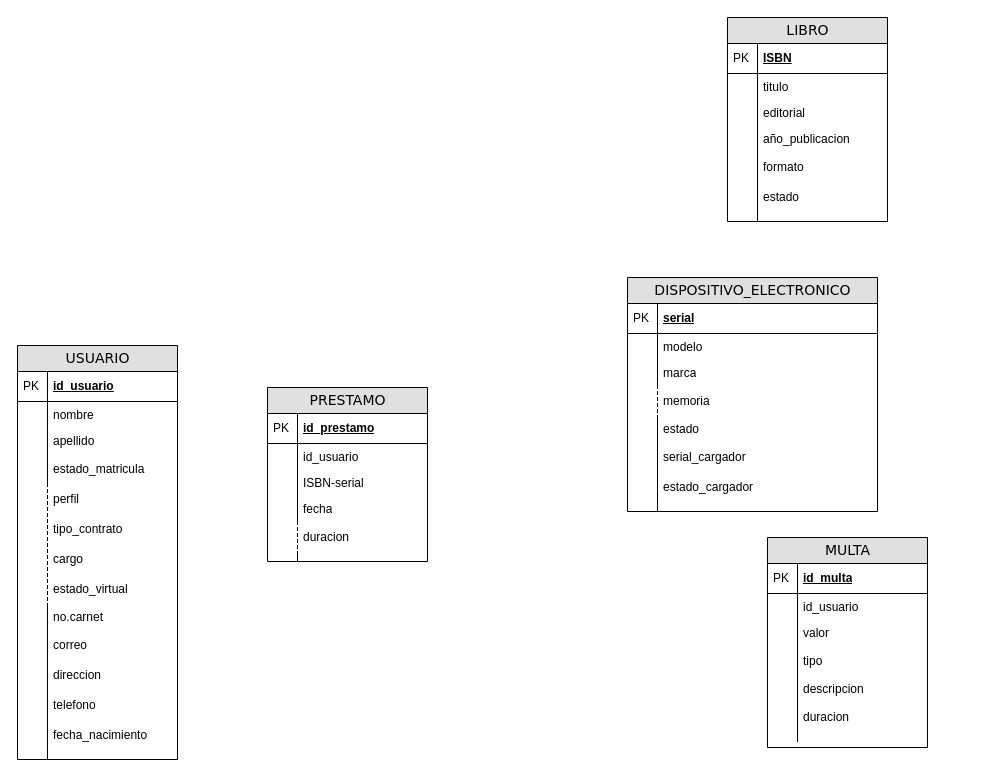
Above: university library management system.drawio in Djaiber/Database-Basis (draw.io), before the change. Source tidied: cells renumbered, new cells numbered last; positions are measured from the earlier drawing's top-left corner, leaving out a move shared by most shapes. Both pictures are drawn from the tidied source at 100%, with x=0, y=0 at pixel (17, 17).
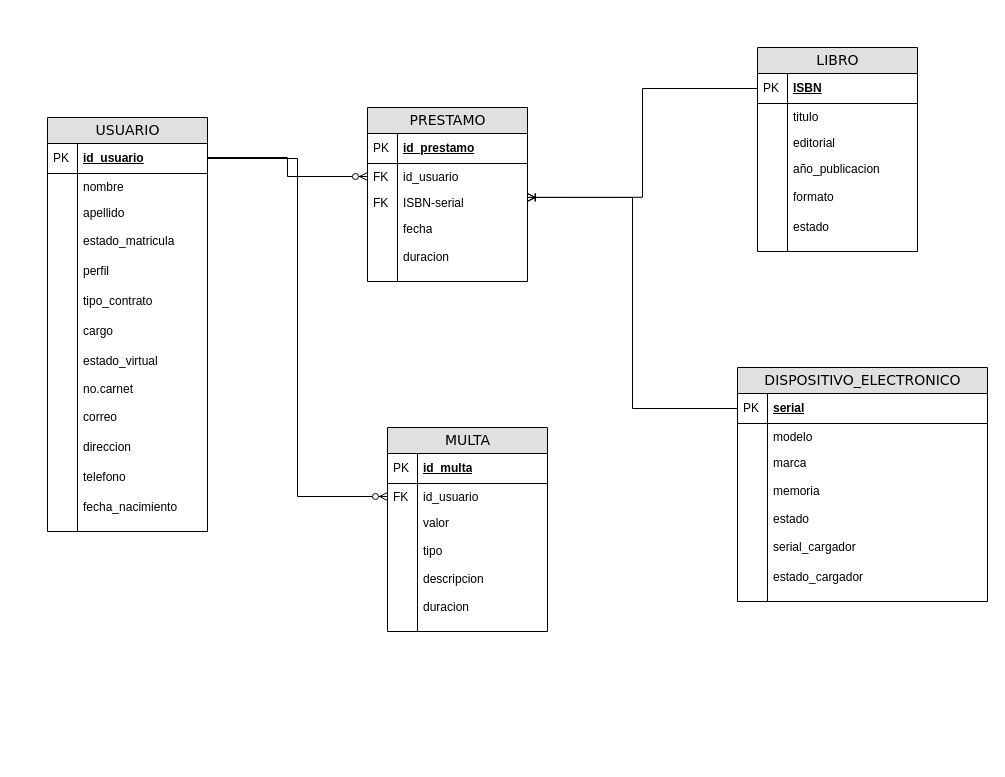
Above is the later version.

Unchanged cells that the change refers to:
```xml
<mxCell id="5" value="id_usuario" style="shape=partialRectangle;top=0;left=0;right=0;bottom=0;html=1;align=left;verticalAlign=top;fillColor=none;spacingLeft=34;spacingRight=4;whiteSpace=wrap;overflow=hidden;points=[[0,0.5],[1,0.5]];portConstraint=eastwest;" parent="2" vertex="1">
  <mxGeometry y="56" width="160" height="26" as="geometry" />
</mxCell>
<mxCell id="7" value="ISBN-serial" style="shape=partialRectangle;top=0;left=0;right=0;bottom=0;html=1;align=left;verticalAlign=top;fillColor=none;spacingLeft=34;spacingRight=4;whiteSpace=wrap;overflow=hidden;points=[[0,0.5],[1,0.5]];portConstraint=eastwest;" parent="2" vertex="1">
  <mxGeometry y="82" width="160" height="26" as="geometry" />
</mxCell>
<mxCell id="11" value="duracion" style="shape=partialRectangle;fillColor=none;align=left;verticalAlign=middle;strokeColor=none;spacingLeft=34;" parent="2" vertex="1">
  <mxGeometry y="134" width="160" height="30" as="geometry" />
</mxCell>
<mxCell id="16" value="ISBN" style="shape=partialRectangle;top=0;left=0;right=0;bottom=1;html=1;align=left;verticalAlign=middle;fillColor=none;spacingLeft=34;spacingRight=4;whiteSpace=wrap;overflow=hidden;points=[[0,0.5],[1,0.5]];portConstraint=eastwest;fontStyle=5;" parent="15" vertex="1">
  <mxGeometry y="26" width="160" height="30" as="geometry" />
</mxCell>
<mxCell id="31" value="id_usuario" style="shape=partialRectangle;top=0;left=0;right=0;bottom=1;html=1;align=left;verticalAlign=middle;fillColor=none;spacingLeft=34;spacingRight=4;whiteSpace=wrap;overflow=hidden;points=[[0,0.5],[1,0.5]];portConstraint=eastwest;fontStyle=5;" parent="30" vertex="1">
  <mxGeometry y="26" width="160" height="30" as="geometry" />
</mxCell>
<mxCell id="39" value="perfil" style="shape=partialRectangle;fillColor=none;align=left;verticalAlign=middle;strokeColor=none;spacingLeft=34;" parent="30" vertex="1">
  <mxGeometry y="138" width="160" height="30" as="geometry" />
</mxCell>
<mxCell id="41" value="tipo_contrato" style="shape=partialRectangle;fillColor=none;align=left;verticalAlign=middle;strokeColor=none;spacingLeft=34;" parent="30" vertex="1">
  <mxGeometry y="168" width="160" height="30" as="geometry" />
</mxCell>
<mxCell id="43" value="cargo" style="shape=partialRectangle;fillColor=none;align=left;verticalAlign=middle;strokeColor=none;spacingLeft=34;" parent="30" vertex="1">
  <mxGeometry y="198" width="160" height="30" as="geometry" />
</mxCell>
<mxCell id="45" value="estado_virtual" style="shape=partialRectangle;fillColor=none;align=left;verticalAlign=middle;strokeColor=none;spacingLeft=34;" parent="30" vertex="1">
  <mxGeometry y="228" width="160" height="30" as="geometry" />
</mxCell>
<mxCell id="60" value="serial" style="shape=partialRectangle;top=0;left=0;right=0;bottom=1;html=1;align=left;verticalAlign=middle;fillColor=none;spacingLeft=34;spacingRight=4;whiteSpace=wrap;overflow=hidden;points=[[0,0.5],[1,0.5]];portConstraint=eastwest;fontStyle=5;" parent="59" vertex="1">
  <mxGeometry y="26" width="250" height="30" as="geometry" />
</mxCell>
<mxCell id="66" value="memoria" style="shape=partialRectangle;fillColor=none;align=left;verticalAlign=middle;strokeColor=none;spacingLeft=34;" parent="59" vertex="1">
  <mxGeometry y="108" width="250" height="30" as="geometry" />
</mxCell>
<mxCell id="79" value="id_usuario" style="shape=partialRectangle;top=0;left=0;right=0;bottom=0;html=1;align=left;verticalAlign=top;fillColor=none;spacingLeft=34;spacingRight=4;whiteSpace=wrap;overflow=hidden;points=[[0,0.5],[1,0.5]];portConstraint=eastwest;" parent="76" vertex="1">
  <mxGeometry y="56" width="160" height="26" as="geometry" />
</mxCell>
```

What changed in the source:
```diff
@@
     <mxCell id="2" value="PRESTAMO" style="swimlane;html=1;fontStyle=0;horizontal=1;startSize=26;fillColor=#e0e0e0;swimlaneFillColor=#ffffff;align=center;rounded=0;shadow=0;comic=0;labelBackgroundColor=none;strokeWidth=1;fontFamily=Verdana;fontSize=14;swimlaneLine=1;" parent="1" vertex="1">
-      <mxGeometry x="250" y="370" width="160" height="174" as="geometry" />
+      <mxGeometry x="350" y="90" width="160" height="174" as="geometry" />
     </mxCell>
@@
-    <mxCell id="6" style="shape=partialRectangle;top=0;left=0;bottom=0;html=1;fillColor=none;align=left;verticalAlign=top;spacingLeft=4;spacingRight=4;whiteSpace=wrap;overflow=hidden;" parent="5" vertex="1">
+    <mxCell id="6" value="FK" style="shape=partialRectangle;top=0;left=0;bottom=0;html=1;fillColor=none;align=left;verticalAlign=top;spacingLeft=4;spacingRight=4;whiteSpace=wrap;overflow=hidden;" parent="5" vertex="1">
       <mxGeometry width="30" height="26" as="geometry" />
     </mxCell>
@@
-    <mxCell id="8" style="shape=partialRectangle;top=0;left=0;bottom=0;html=1;fillColor=none;align=left;verticalAlign=top;spacingLeft=4;spacingRight=4;whiteSpace=wrap;overflow=hidden;" parent="7" vertex="1">
+    <mxCell id="8" value="FK" style="shape=partialRectangle;top=0;left=0;bottom=0;html=1;fillColor=none;align=left;verticalAlign=top;spacingLeft=4;spacingRight=4;whiteSpace=wrap;overflow=hidden;" parent="7" vertex="1">
       <mxGeometry width="30" height="26" as="geometry" />
     </mxCell>
@@
-    <mxCell id="12" style="shape=partialRectangle;top=0;left=0;bottom=0;fillColor=none;stokeWidth=1;dashed=1;align=left;verticalAlign=middle;spacingLeft=4;spacingRight=4;overflow=hidden;" parent="11" vertex="1">
+    <mxCell id="12" style="shape=partialRectangle;top=0;left=0;bottom=0;fillColor=none;stokeWidth=1;align=left;verticalAlign=middle;spacingLeft=4;spacingRight=4;overflow=hidden;" parent="11" vertex="1">
       <mxGeometry width="30" height="30" as="geometry" />
     </mxCell>
@@
     <mxCell id="15" value="LIBRO" style="swimlane;html=1;fontStyle=0;horizontal=1;startSize=26;fillColor=#e0e0e0;swimlaneFillColor=#ffffff;align=center;rounded=0;shadow=0;comic=0;labelBackgroundColor=none;strokeWidth=1;fontFamily=Verdana;fontSize=14;" parent="1" vertex="1">
-      <mxGeometry x="710" width="160" height="204" as="geometry" />
+      <mxGeometry x="740" y="30" width="160" height="204" as="geometry" />
     </mxCell>
@@
     <mxCell id="30" value="USUARIO" style="swimlane;html=1;fontStyle=0;horizontal=1;startSize=26;fillColor=#e0e0e0;swimlaneFillColor=#ffffff;align=center;rounded=0;shadow=0;comic=0;labelBackgroundColor=none;strokeWidth=1;fontFamily=Verdana;fontSize=14;" parent="1" vertex="1">
-      <mxGeometry y="328" width="160" height="414" as="geometry" />
+      <mxGeometry x="30" y="100" width="160" height="414" as="geometry" />
     </mxCell>
@@
-    <mxCell id="40" style="shape=partialRectangle;top=0;left=0;bottom=0;fillColor=none;stokeWidth=1;dashed=1;align=left;verticalAlign=middle;spacingLeft=4;spacingRight=4;overflow=hidden;" parent="39" vertex="1">
+    <mxCell id="40" style="shape=partialRectangle;top=0;left=0;bottom=0;fillColor=none;stokeWidth=1;align=left;verticalAlign=middle;spacingLeft=4;spacingRight=4;overflow=hidden;" parent="39" vertex="1">
       <mxGeometry width="30" height="30" as="geometry" />
     </mxCell>
@@
-    <mxCell id="42" style="shape=partialRectangle;top=0;left=0;bottom=0;fillColor=none;stokeWidth=1;dashed=1;align=left;verticalAlign=middle;spacingLeft=4;spacingRight=4;overflow=hidden;" parent="41" vertex="1">
+    <mxCell id="42" style="shape=partialRectangle;top=0;left=0;bottom=0;fillColor=none;stokeWidth=1;align=left;verticalAlign=middle;spacingLeft=4;spacingRight=4;overflow=hidden;" parent="41" vertex="1">
       <mxGeometry width="30" height="30" as="geometry" />
     </mxCell>
@@
-    <mxCell id="44" style="shape=partialRectangle;top=0;left=0;bottom=0;fillColor=none;stokeWidth=1;dashed=1;align=left;verticalAlign=middle;spacingLeft=4;spacingRight=4;overflow=hidden;" parent="43" vertex="1">
+    <mxCell id="44" style="shape=partialRectangle;top=0;left=0;bottom=0;fillColor=none;stokeWidth=1;align=left;verticalAlign=middle;spacingLeft=4;spacingRight=4;overflow=hidden;" parent="43" vertex="1">
       <mxGeometry width="30" height="30" as="geometry" />
     </mxCell>
@@
-    <mxCell id="46" style="shape=partialRectangle;top=0;left=0;bottom=0;fillColor=none;stokeWidth=1;dashed=1;align=left;verticalAlign=middle;spacingLeft=4;spacingRight=4;overflow=hidden;" parent="45" vertex="1">
+    <mxCell id="46" style="shape=partialRectangle;top=0;left=0;bottom=0;fillColor=none;stokeWidth=1;align=left;verticalAlign=middle;spacingLeft=4;spacingRight=4;overflow=hidden;" parent="45" vertex="1">
       <mxGeometry width="30" height="30" as="geometry" />
     </mxCell>
@@
     <mxCell id="59" value="DISPOSITIVO_ELECTRONICO" style="swimlane;html=1;fontStyle=0;horizontal=1;startSize=26;fillColor=#e0e0e0;swimlaneFillColor=#ffffff;align=center;rounded=0;shadow=0;comic=0;labelBackgroundColor=none;strokeWidth=1;fontFamily=Verdana;fontSize=14;" parent="1" vertex="1">
-      <mxGeometry x="610" y="260" width="250" height="234" as="geometry" />
+      <mxGeometry x="720" y="350" width="250" height="234" as="geometry" />
     </mxCell>
@@
-    <mxCell id="67" style="shape=partialRectangle;top=0;left=0;bottom=0;fillColor=none;stokeWidth=1;dashed=1;align=left;verticalAlign=middle;spacingLeft=4;spacingRight=4;overflow=hidden;" parent="66" vertex="1">
+    <mxCell id="67" style="shape=partialRectangle;top=0;left=0;bottom=0;fillColor=none;stokeWidth=1;align=left;verticalAlign=middle;spacingLeft=4;spacingRight=4;overflow=hidden;" parent="66" vertex="1">
       <mxGeometry width="30" height="30" as="geometry" />
     </mxCell>
@@
     <mxCell id="76" value="MULTA" style="swimlane;html=1;fontStyle=0;horizontal=1;startSize=26;fillColor=#e0e0e0;swimlaneFillColor=#ffffff;align=center;rounded=0;shadow=0;comic=0;labelBackgroundColor=none;strokeWidth=1;fontFamily=Verdana;fontSize=14;" parent="1" vertex="1">
-      <mxGeometry x="750" y="520" width="160" height="210" as="geometry" />
+      <mxGeometry x="370" y="410" width="160" height="204" as="geometry" />
     </mxCell>
@@
-    <mxCell id="80" style="shape=partialRectangle;top=0;left=0;bottom=0;html=1;fillColor=none;align=left;verticalAlign=top;spacingLeft=4;spacingRight=4;whiteSpace=wrap;overflow=hidden;" parent="79" vertex="1">
+    <mxCell id="80" value="FK" style="shape=partialRectangle;top=0;left=0;bottom=0;html=1;fillColor=none;align=left;verticalAlign=top;spacingLeft=4;spacingRight=4;whiteSpace=wrap;overflow=hidden;" parent="79" vertex="1">
       <mxGeometry width="30" height="26" as="geometry" />
     </mxCell>
@@
+    <mxCell id="91" style="edgeStyle=elbowEdgeStyle;fontSize=12;html=1;endArrow=ERzeroToMany;endFill=1;rounded=0;entryX=0;entryY=0.5;entryDx=0;entryDy=0;" parent="1" edge="1" target="5">
+      <mxGeometry relative="1" as="geometry">
+        <mxPoint x="190" y="140" as="sourcePoint" />
+      </mxGeometry>
+    </mxCell>
+    <mxCell id="92" style="edgeStyle=orthogonalEdgeStyle;fontSize=12;html=1;endArrow=ERoneToMany;rounded=0;exitX=0;exitY=0.5;exitDx=0;exitDy=0;entryX=0.997;entryY=0.301;entryDx=0;entryDy=0;entryPerimeter=0;" parent="1" edge="1" source="16" target="7">
+      <mxGeometry relative="1" as="geometry" />
+    </mxCell>
+    <mxCell id="93" style="edgeStyle=elbowEdgeStyle;fontSize=12;html=1;endArrow=ERoneToMany;rounded=0;exitX=0;exitY=0.5;exitDx=0;exitDy=0;" parent="1" edge="1" source="60">
+      <mxGeometry relative="1" as="geometry">
+        <mxPoint x="510" y="180" as="targetPoint" />
+      </mxGeometry>
+    </mxCell>
+    <mxCell id="94" style="edgeStyle=elbowEdgeStyle;fontSize=12;html=1;endArrow=ERzeroToMany;endFill=1;rounded=0;entryX=0;entryY=0.5;entryDx=0;entryDy=0;" parent="1" edge="1" source="31" target="79">
+      <mxGeometry relative="1" as="geometry" />
+    </mxCell>
```
